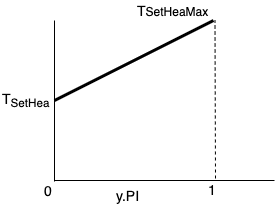
Earlier version of the draw.io export Buildings/Resources/Images/Applications/DHC/EnergyTransferStations/controlMappingFunction.png (Helarga/modelica-buildings). Source tidied: cells renumbered, new cells last; positions are measured from the earlier drawing's top-left corner, leaving out a move shared by most shapes.
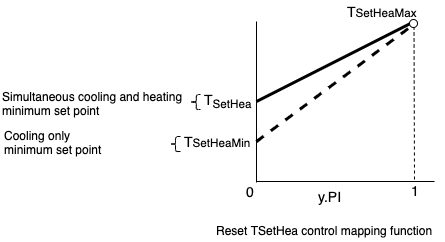
Later version of the same file.

What changed in the source:
```diff
@@ -5,7 +5,7 @@
     <mxCell id="2" style="endArrow=none;html=1;" parent="1" edge="1">
       <mxGeometry relative="1" as="geometry">
         <mxPoint x="54" y="180" as="sourcePoint" />
-        <mxPoint x="274" y="180" as="targetPoint" />
+        <mxPoint x="232" y="180" as="targetPoint" />
       </mxGeometry>
     </mxCell>
     <mxCell id="3" style="endArrow=none;html=1;" parent="1" edge="1">
@@ -23,23 +23,52 @@
     <mxCell id="6" value="&lt;font style=&quot;font-size: 14px&quot;&gt;T&lt;sub&gt;SetHea&lt;/sub&gt;&lt;/font&gt;" style="text;html=1;align=left;verticalAlign=top;spacingTop=-4;" parent="1" vertex="1">
       <mxGeometry y="88" width="60" height="20" as="geometry" />
     </mxCell>
-    <mxCell id="7" value="&lt;font style=&quot;font-size: 14px&quot;&gt;T&lt;/font&gt;SetHeaMax" style="text;html=1;align=left;verticalAlign=top;spacingTop=-4;" parent="1" vertex="1">
-      <mxGeometry x="135" width="90" height="20" as="geometry" />
+    <mxCell id="7" style="endArrow=none;html=1;strokeWidth=3;entryX=1.2;entryY=0.447;entryDx=0;entryDy=0;entryPerimeter=0;" parent="1" edge="1" target="13">
+      <mxGeometry relative="1" as="geometry">
+        <mxPoint x="54" y="100" as="sourcePoint" />
+      </mxGeometry>
     </mxCell>
-    <mxCell id="8" style="endArrow=none;html=1;strokeWidth=3;" parent="1" edge="1">
-      <mxGeometry relative="1" as="geometry">
-        <mxPoint x="54" y="100" as="sourcePoint" />
-        <mxPoint x="213" y="20" as="targetPoint" />
-      </mxGeometry>
+    <mxCell id="8" value="&lt;font style=&quot;font-size: 14px&quot;&gt;1&lt;/font&gt;" style="text;html=1;align=left;verticalAlign=top;spacingTop=-4;" parent="1" vertex="1">
+      <mxGeometry x="207" y="179" width="20" height="20" as="geometry" />
     </mxCell>
-    <mxCell id="9" value="&lt;font style=&quot;font-size: 14px&quot;&gt;1&lt;/font&gt;" style="text;html=1;align=left;verticalAlign=top;spacingTop=-4;" parent="1" vertex="1">
-      <mxGeometry x="206" y="179" width="20" height="20" as="geometry" />
+    <mxCell id="9" style="endArrow=none;dashed=1;html=1;strokeWidth=1;exitX=0.5;exitY=-0.05;exitDx=0;exitDy=0;exitPerimeter=0;" parent="1" edge="1">
+      <mxGeometry relative="1" as="geometry">
+        <mxPoint x="212" y="178" as="sourcePoint" />
+        <mxPoint x="211.5" y="20" as="targetPoint" />
+      </mxGeometry>
     </mxCell>
-    <mxCell id="10" style="endArrow=none;dashed=1;html=1;strokeWidth=1;exitX=0.5;exitY=-0.05;exitDx=0;exitDy=0;exitPerimeter=0;" parent="1" edge="1">
-      <mxGeometry relative="1" as="geometry">
-        <mxPoint x="215" y="178" as="sourcePoint" />
-        <mxPoint x="214.5" y="20" as="targetPoint" />
-      </mxGeometry>
+    <mxCell id="10" value="&lt;font style=&quot;font-size: 14px&quot;&gt;T&lt;/font&gt;&lt;font style=&quot;font-size: 11.6667px&quot;&gt;SetHeaMin&lt;/font&gt;" style="text;html=1;align=left;verticalAlign=top;spacingTop=-4;" parent="1" vertex="1">
+      <mxGeometry x="-20" y="130" width="80" height="20" as="geometry" />
     </mxCell>
+    <mxCell id="11" style="endArrow=none;html=1;strokeWidth=3;dashed=1;" parent="1" edge="1">
+      <mxGeometry relative="1" as="geometry">
+        <mxPoint x="54" y="140" as="sourcePoint" />
+        <mxPoint x="212.5" y="22" as="targetPoint" />
+      </mxGeometry>
+    </mxCell>
+    <mxCell id="12" value="Reset TSetHea control mapping function" style="text;html=1;align=left;verticalAlign=top;spacingTop=-4;" parent="1" vertex="1">
+      <mxGeometry x="11.5" y="220" width="230" height="20" as="geometry" />
+    </mxCell>
+    <mxCell id="13" value="&lt;span style=&quot;font-family: &amp;#34;helvetica&amp;#34; , &amp;#34;arial&amp;#34; , sans-serif ; font-size: 0px&quot;&gt;%3CmxGraphModel%3E%3Croot%3E%3CmxCell%20id%3D%220%22%2F%3E%3CmxCell%20id%3D%221%22%20parent%3D%220%22%2F%3E%3CmxCell%20id%3D%222%22%20value%3D%22%26lt%3Bfont%20style%3D%26quot%3Bfont-size%3A%2014px%26quot%3B%26gt%3BT%26lt%3Bsub%26gt%3BLoaLvg%26lt%3B%2Fsub%26gt%3B%26lt%3B%2Ffont%26gt%3B%26lt%3Bsub%26gt%3BMax%26lt%3B%2Fsub%26gt%3B%22%20style%3D%22text%3Bhtml%3D1%3Bresizable%3D0%3Bpoints%3D%5B%5D%3Bautosize%3D1%3Balign%3Dleft%3BverticalAlign%3Dtop%3BspacingTop%3D-4%3B%22%20vertex%3D%221%22%20parent%3D%221%22%3E%3CmxGeometry%20x%3D%22673%22%20y%3D%22219.5%22%20width%3D%2280%22%20height%3D%2220%22%20as%3D%22geometry%22%2F%3E%3C%2FmxCell%3E%3C%2Froot%3E%3C%2FmxGraphModel%3E&lt;/span&gt;" style="text;html=1;points=[];align=left;verticalAlign=top;spacingTop=-4;" parent="1" vertex="1">
+      <mxGeometry x="186" y="12" width="20" height="20" as="geometry" />
+    </mxCell>
+    <mxCell id="14" value="&lt;font style=&quot;font-size: 14px&quot;&gt;T&lt;/font&gt;&lt;font style=&quot;font-size: 11.6667px&quot;&gt;SetHeaMax&lt;/font&gt;" style="text;html=1;align=left;verticalAlign=top;spacingTop=-4;" parent="1" vertex="1">
+      <mxGeometry x="143" y="-0.5" width="80" height="20" as="geometry" />
+    </mxCell>
+    <mxCell id="15" style="ellipse;whiteSpace=wrap;html=1;rotation=-20;" parent="1" vertex="1">
+      <mxGeometry x="207" y="18" width="8" height="8" as="geometry" />
+    </mxCell>
+    <mxCell id="16" style="shape=curlyBracket;whiteSpace=wrap;html=1;rounded=1;" parent="1" vertex="1">
+      <mxGeometry x="-32" y="135" width="10" height="15" as="geometry" />
+    </mxCell>
+    <mxCell id="17" value="Cooling only&lt;br&gt;minimum set point" style="text;html=1;align=left;verticalAlign=top;spacingTop=-4;" parent="1" vertex="1">
+      <mxGeometry x="-200.5" y="125" width="110" height="30" as="geometry" />
+    </mxCell>
+    <mxCell id="18" style="shape=curlyBracket;whiteSpace=wrap;html=1;rounded=1;size=0.5793103448275986;" parent="1" vertex="1">
+      <mxGeometry x="-12" y="93" width="10" height="15" as="geometry" />
+    </mxCell>
+    <mxCell id="19" value="Simultaneous cooling and heating&lt;br&gt;minimum set point" style="text;html=1;align=left;verticalAlign=top;spacingTop=-4;" parent="1" vertex="1">
+      <mxGeometry x="-202" y="85.5" width="200" height="30" as="geometry" />
+    </mxCell>
   </root>
 </mxGraphModel>
```
